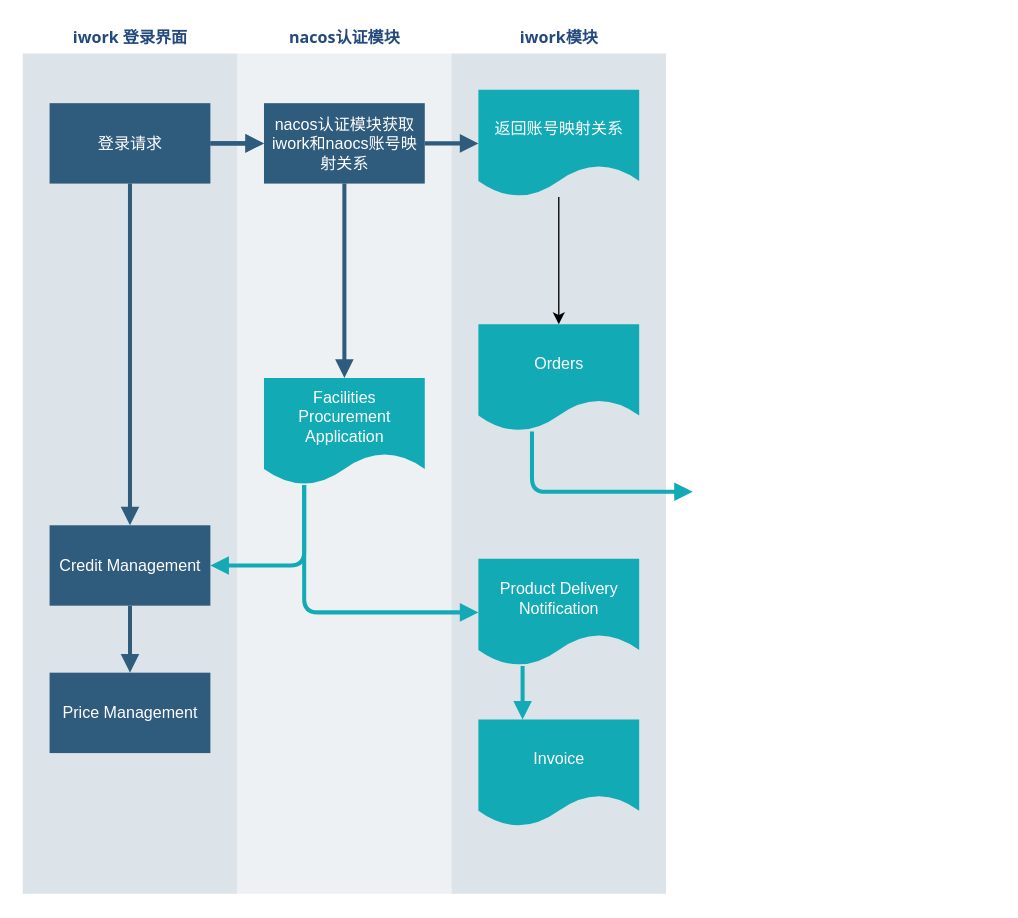
This is 未命名绘图.drawio from zhao0419/apiserver, a draw.io file, before an edit. Source tidied: cells renumbered, new cells numbered last; positions are measured from the earlier drawing's top-left corner, leaving out a move shared by most shapes. Both pictures are drawn from the tidied source at 134%, with x=0, y=0 at pixel (21, 21).
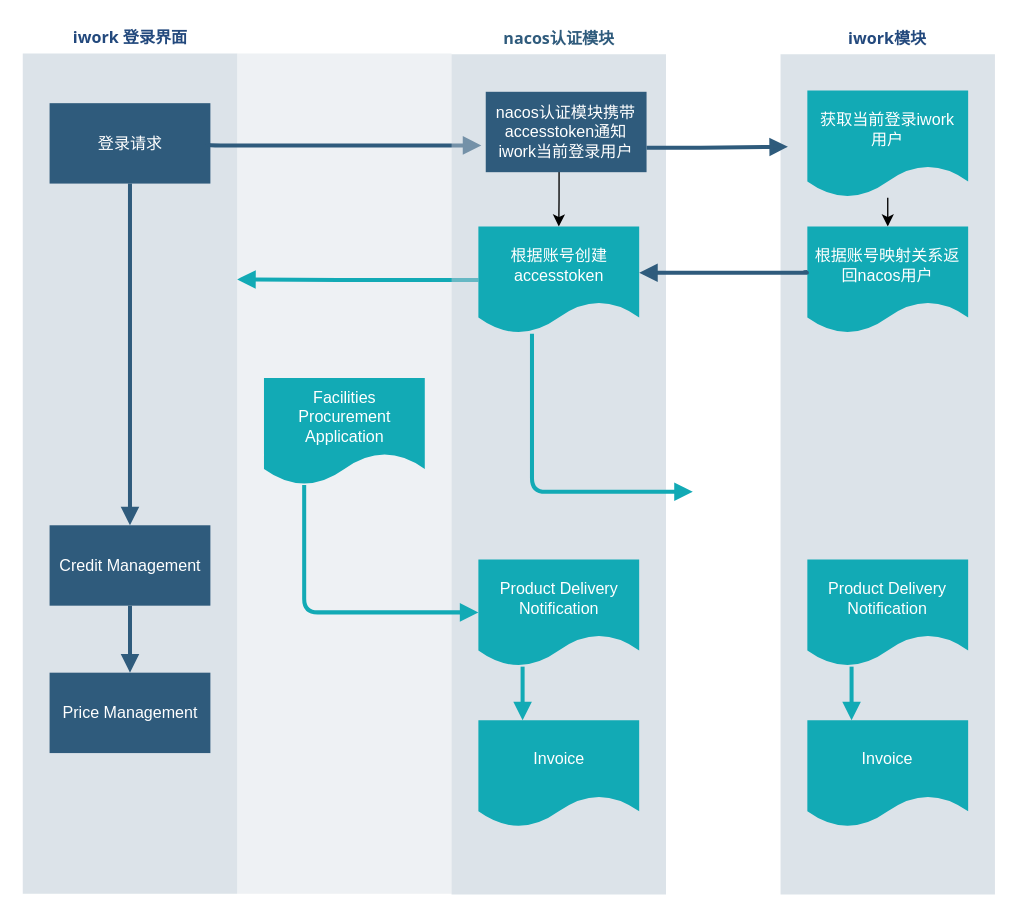
Above is the later version.

Commit message (it also covers changes not shown here):
更新未命名绘图.drawio

The change refers to these unchanged cells:
```xml
<mxCell id="3" value="登录请求" style="whiteSpace=wrap;shadow=0;fontColor=#FFFFFF;fontFamily=Helvetica;fontStyle=0;html=1;fontSize=12;plain-purple;strokeColor=none;fillColor=#2f5b7c;gradientColor=none;spacing=6;verticalAlign=middle;" parent="2" vertex="1">
  <mxGeometry x="20" y="60" width="120" height="60" as="geometry" />
</mxCell>
<mxCell id="4" value="Credit Management" style="whiteSpace=wrap;strokeColor=none;fillColor=#2f5b7c;shadow=0;fontColor=#FFFFFF;fontFamily=Helvetica;fontStyle=0;html=1;fontSize=12;spacing=6;verticalAlign=middle;" parent="2" vertex="1">
  <mxGeometry x="20" y="375" width="120" height="60" as="geometry" />
</mxCell>
<mxCell id="9" value="&lt;font color=&quot;#ffffff&quot;&gt;Facilities Procurement&lt;br&gt;Application&lt;/font&gt;&lt;br&gt; " style="shape=document;whiteSpace=wrap;verticalAlign=middle;strokeColor=none;fillColor=#12aab5;shadow=0;fontColor=#FFFFFF;fontFamily=Helvetica;fontStyle=0;html=1;fontSize=12;spacing=6;spacingBottom=22;" parent="8" vertex="1">
  <mxGeometry x="20" y="265" width="120" height="80" as="geometry" />
</mxCell>
```

Diff of the diagram source:
```diff
@@
-    <mxCell id="8" value="&lt;font color=&quot;#23497d&quot;&gt;nacos认证模块&lt;/font&gt;" style="swimlane;whiteSpace=wrap;fillColor=none;swimlaneFillColor=#BAC8D3;fontColor=#2F5B7C;fontFamily=Tahoma;html=1;strokeColor=none;opacity=25;" parent="1" vertex="1">
+    <mxCell id="8" style="swimlane;whiteSpace=wrap;fillColor=none;swimlaneFillColor=#BAC8D3;fontColor=#2F5B7C;fontFamily=Tahoma;html=1;strokeColor=none;opacity=25;" parent="1" vertex="1">
       <mxGeometry x="160.5" y="0.5" width="160" height="650" as="geometry" />
     </mxCell>
@@
+    <mxCell id="18" style="edgeStyle=segmentEdgeStyle;strokeColor=#12AAB5;strokeWidth=3;html=1;endArrow=block;endFill=1;" parent="8" edge="1" source="13">
+      <mxGeometry x="-20" y="345" as="geometry">
+        <mxPoint y="191.5" as="targetPoint" />
+        <Array as="points">
+          <mxPoint x="86" y="192" />
+          <mxPoint x="86" y="192" />
+        </Array>
+      </mxGeometry>
+    </mxCell>
+    <mxCell id="22" style="edgeStyle=segmentEdgeStyle;strokeColor=#2F5B7C;strokeWidth=3;html=1;endArrow=block;endFill=1;" parent="8" edge="1">
+      <mxGeometry x="-20" y="90" as="geometry">
+        <mxPoint x="-22.2" y="90.5" as="sourcePoint" />
+        <mxPoint x="182.2" y="91.5" as="targetPoint" />
+        <Array as="points">
+          <mxPoint x="157.8" y="91.5" />
+          <mxPoint x="157.8" y="91.5" />
+        </Array>
+      </mxGeometry>
+    </mxCell>
-    <mxCell id="10" value="&lt;font color=&quot;#23497d&quot;&gt;iwork模块&lt;/font&gt;" style="swimlane;whiteSpace=wrap;fillColor=none;swimlaneFillColor=#BAC8D3;fontColor=#2F5B7C;fontFamily=Tahoma;html=1;strokeColor=none;opacity=50;" parent="1" vertex="1">
-      <mxGeometry x="320.5" y="0.5" width="160" height="650" as="geometry" />
+    <mxCell id="10" value="nacos认证模块" style="swimlane;whiteSpace=wrap;fillColor=none;swimlaneFillColor=#BAC8D3;fontColor=#2F5B7C;fontFamily=Tahoma;html=1;strokeColor=none;opacity=50;" parent="1" vertex="1">
+      <mxGeometry x="320.5" y="1" width="160" height="650" as="geometry" />
     </mxCell>
-    <mxCell id="11" style="edgeStyle=orthogonalEdgeStyle;rounded=0;jettySize=auto;html=1;" parent="10" edge="1" source="12" target="13">
+    <mxCell id="11" style="edgeStyle=orthogonalEdgeStyle;rounded=0;jettySize=auto;html=1;exitX=0.456;exitY=0.99;exitDx=0;exitDy=0;exitPerimeter=0;" parent="10" edge="1" source="23" target="13">
       <mxGeometry relative="1" as="geometry" />
     </mxCell>
-    <mxCell id="12" value="返回账号映射关系" style="shape=document;whiteSpace=wrap;verticalAlign=middle;strokeColor=none;fillColor=#12aab5;shadow=0;fontColor=#FFFFFF;fontFamily=Helvetica;fontStyle=0;html=1;fontSize=12;spacing=6;spacingBottom=22;" parent="10" vertex="1">
-      <mxGeometry x="20" y="50" width="120" height="80" as="geometry" />
-    </mxCell>
-    <mxCell id="13" value="Orders" style="shape=document;whiteSpace=wrap;verticalAlign=middle;strokeColor=none;fillColor=#12aab5;shadow=0;fontColor=#FFFFFF;fontFamily=Helvetica;fontStyle=0;html=1;fontSize=12;spacing=6;spacingBottom=22;" parent="10" vertex="1">
-      <mxGeometry x="20" y="225" width="120" height="80" as="geometry" />
+    <mxCell id="13" value="根据账号创建accesstoken&lt;br&gt;" style="shape=document;whiteSpace=wrap;verticalAlign=middle;strokeColor=none;fillColor=#12aab5;shadow=0;fontColor=#FFFFFF;fontFamily=Helvetica;fontStyle=0;html=1;fontSize=12;spacing=6;spacingBottom=22;" parent="10" vertex="1">
+      <mxGeometry x="20" y="151.5" width="120" height="80" as="geometry" />
     </mxCell>
@@
-    <mxCell id="17" style="edgeStyle=segmentEdgeStyle;strokeColor=#2F5B7C;strokeWidth=3;html=1;endArrow=block;endFill=1;" parent="1" edge="1" source="3" target="23">
-      <mxGeometry x="164.5" y="178.5" as="geometry" />
-    </mxCell>
-    <mxCell id="18" style="edgeStyle=segmentEdgeStyle;strokeColor=#12AAB5;strokeWidth=3;html=1;endArrow=block;endFill=1;" parent="1" edge="1" source="9" target="4">
-      <mxGeometry x="164.5" y="433.5" as="geometry">
-        <Array as="points">
-          <mxPoint x="210.5" y="405.5" />
-        </Array>
-      </mxGeometry>
-    </mxCell>
-    <mxCell id="19" style="edgeStyle=segmentEdgeStyle;strokeColor=#2F5B7C;strokeWidth=3;html=1;endArrow=block;endFill=1;" parent="1" edge="1" source="23" target="12">
-      <mxGeometry x="164.5" y="178.5" as="geometry" />
-    </mxCell>
+    <mxCell id="23" value="nacos认证模块携带accesstoken通知iwork当前登录用户" style="whiteSpace=wrap;shadow=0;fontColor=#FFFFFF;fontFamily=Helvetica;fontStyle=0;html=1;fontSize=12;plain-purple;strokeColor=none;fillColor=#2f5b7c;gradientColor=none;spacing=6;verticalAlign=middle;" parent="10" vertex="1">
+      <mxGeometry x="25.5" y="51" width="120" height="60" as="geometry" />
+    </mxCell>
@@
-    <mxCell id="22" style="edgeStyle=segmentEdgeStyle;strokeColor=#2F5B7C;strokeWidth=3;html=1;endArrow=block;endFill=1;" parent="1" edge="1" source="3" target="23">
-      <mxGeometry x="164.5" y="178.5" as="geometry" />
-    </mxCell>
-    <mxCell id="23" value="nacos认证模块获取iwork和naocs账号映射关系" style="whiteSpace=wrap;shadow=0;fontColor=#FFFFFF;fontFamily=Helvetica;fontStyle=0;html=1;fontSize=12;plain-purple;strokeColor=none;fillColor=#2f5b7c;gradientColor=none;spacing=6;verticalAlign=middle;" parent="1" vertex="1">
-      <mxGeometry x="180.5" y="60.5" width="120" height="60" as="geometry" />
-    </mxCell>
-    <mxCell id="24" style="edgeStyle=segmentEdgeStyle;strokeColor=#2F5B7C;strokeWidth=3;html=1;endArrow=block;endFill=1;" parent="1" edge="1" source="23" target="9">
-      <mxGeometry relative="1" as="geometry" />
-    </mxCell>
+    <mxCell id="25" value="&lt;font color=&quot;#23497d&quot;&gt;iwork模块&lt;/font&gt;" style="swimlane;whiteSpace=wrap;fillColor=none;swimlaneFillColor=#BAC8D3;fontColor=#2F5B7C;fontFamily=Tahoma;html=1;strokeColor=none;opacity=50;" parent="1" vertex="1">
+      <mxGeometry x="566" y="1" width="160" height="650" as="geometry" />
+    </mxCell>
+    <mxCell id="26" style="edgeStyle=orthogonalEdgeStyle;rounded=0;jettySize=auto;html=1;" parent="25" edge="1" source="27" target="28">
+      <mxGeometry relative="1" as="geometry" />
+    </mxCell>
+    <mxCell id="27" value="获取当前登录iwork用户" style="shape=document;whiteSpace=wrap;verticalAlign=middle;strokeColor=none;fillColor=#12aab5;shadow=0;fontColor=#FFFFFF;fontFamily=Helvetica;fontStyle=0;html=1;fontSize=12;spacing=6;spacingBottom=22;" parent="25" vertex="1">
+      <mxGeometry x="20" y="50" width="120" height="80" as="geometry" />
+    </mxCell>
+    <mxCell id="28" value="根据账号映射关系返回nacos用户" style="shape=document;whiteSpace=wrap;verticalAlign=middle;strokeColor=none;fillColor=#12aab5;shadow=0;fontColor=#FFFFFF;fontFamily=Helvetica;fontStyle=0;html=1;fontSize=12;spacing=6;spacingBottom=22;" parent="25" vertex="1">
+      <mxGeometry x="20" y="151.5" width="120" height="80" as="geometry" />
+    </mxCell>
+    <mxCell id="29" value="Product Delivery Notification" style="shape=document;whiteSpace=wrap;strokeColor=none;fillColor=#12aab5;shadow=0;fontColor=#FFFFFF;fontFamily=Helvetica;fontStyle=0;html=1;fontSize=12;verticalAlign=middle;spacing=6;spacingBottom=22;" parent="25" vertex="1">
+      <mxGeometry x="20" y="400" width="120" height="80" as="geometry" />
+    </mxCell>
+    <mxCell id="30" value="Invoice" style="shape=document;whiteSpace=wrap;verticalAlign=middle;strokeColor=none;fillColor=#12aab5;shadow=0;fontColor=#FFFFFF;fontFamily=Helvetica;fontStyle=0;html=1;fontSize=12;spacing=6;spacingBottom=22;" parent="25" vertex="1">
+      <mxGeometry x="20" y="520" width="120" height="80" as="geometry" />
+    </mxCell>
+    <mxCell id="31" style="edgeStyle=segmentEdgeStyle;strokeColor=#12AAB5;strokeWidth=3;html=1;endArrow=block;endFill=1;" parent="25" edge="1" source="29" target="30">
+      <mxGeometry relative="1" as="geometry">
+        <Array as="points">
+          <mxPoint x="53" y="501" />
+          <mxPoint x="53" y="501" />
+        </Array>
+      </mxGeometry>
+    </mxCell>
+    <mxCell id="19" style="edgeStyle=segmentEdgeStyle;strokeColor=#2F5B7C;strokeWidth=3;html=1;endArrow=block;endFill=1;exitX=-0.012;exitY=0.407;exitDx=0;exitDy=0;exitPerimeter=0;" parent="1" edge="1" source="28">
+      <mxGeometry x="164.5" y="178.5" as="geometry">
+        <mxPoint x="460.5" y="187" as="targetPoint" />
+        <Array as="points">
+          <mxPoint x="585" y="187" />
+          <mxPoint x="586" y="187" />
+        </Array>
+      </mxGeometry>
+    </mxCell>
+    <mxCell id="32" style="edgeStyle=segmentEdgeStyle;strokeColor=#2F5B7C;strokeWidth=3;html=1;endArrow=block;endFill=1;entryX=0;entryY=0.5;entryDx=0;entryDy=0;" parent="1" edge="1">
+      <mxGeometry x="164.5" y="178.5" as="geometry">
+        <mxPoint x="466" y="93.8" as="sourcePoint" />
+        <mxPoint x="571.5" y="93" as="targetPoint" />
+        <Array as="points">
+          <mxPoint x="496.5" y="94" />
+        </Array>
+      </mxGeometry>
+    </mxCell>
```
